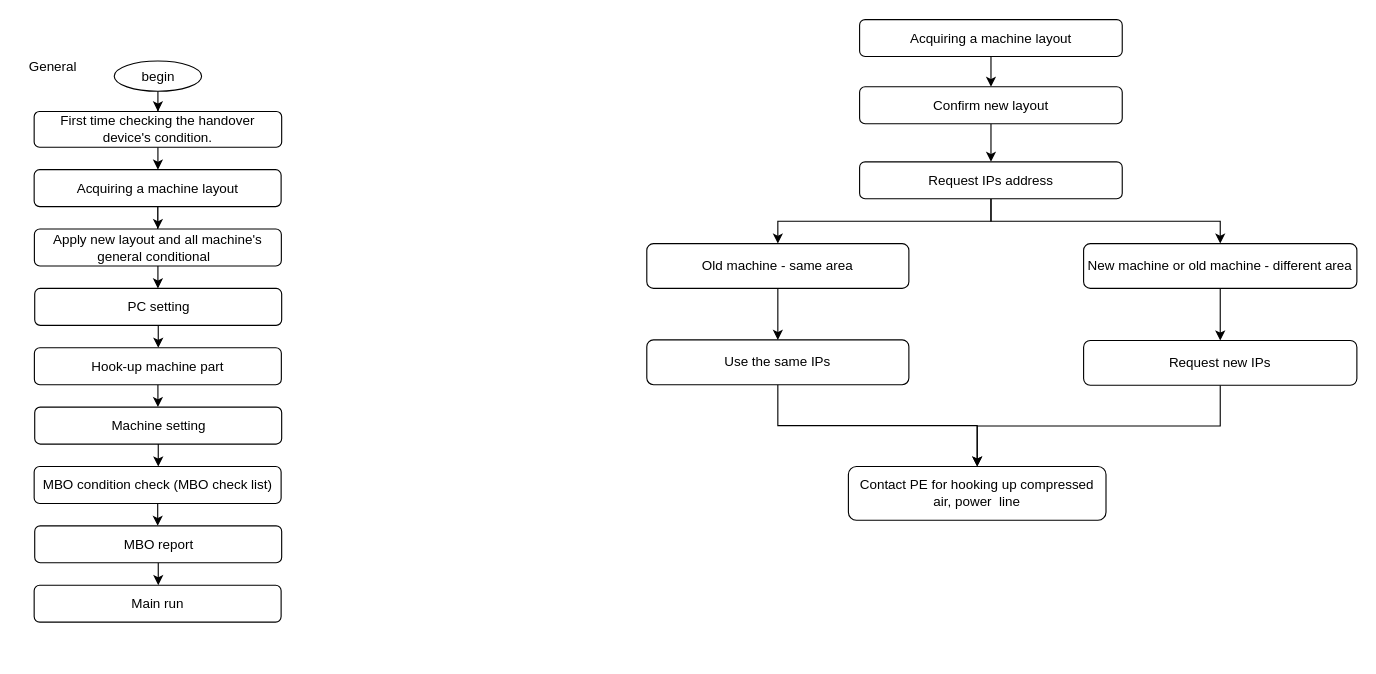
Before: Untitled Diagram.drawio in Wagdom/demo-git, a draw.io diagram. Source tidied: cells renumbered, new cells numbered last; positions are measured from the earlier drawing's top-left corner, leaving out a move shared by most shapes. Both pictures are drawn from the tidied source at 112%, with x=0, y=0 at pixel (19, 19).
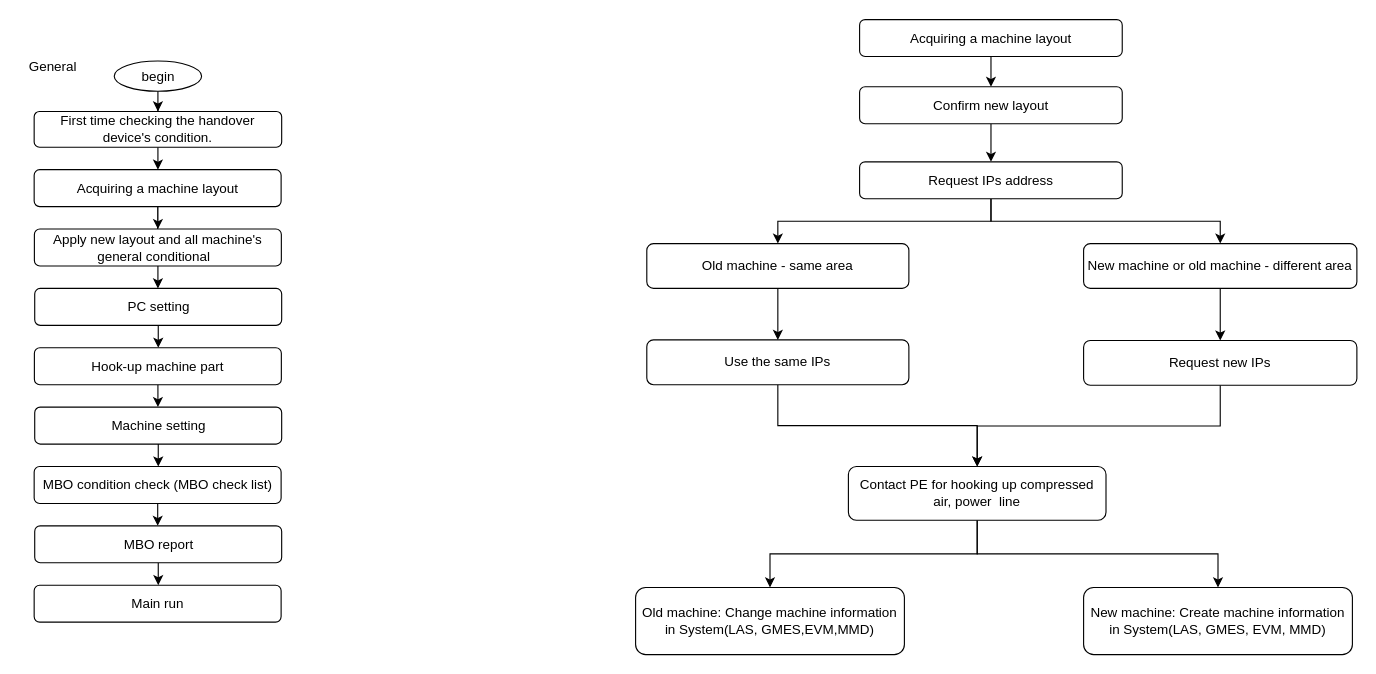
The same diagram, later.

The change refers to these unchanged cells:
```xml
<mxCell id="37" value="Contact PE for hooking up&amp;nbsp;compressed air, power&amp;nbsp; line" style="rounded=1;whiteSpace=wrap;html=1;" parent="1" vertex="1">
  <mxGeometry x="740" y="399" width="230" height="48" as="geometry" />
</mxCell>
```

Change to the diagram source:
```diff
@@
+    <mxCell id="38" style="edgeStyle=orthogonalEdgeStyle;rounded=0;jettySize=auto;html=1;entryX=0.5;entryY=0;entryDx=0;entryDy=0;" parent="1" edge="1" source="37" target="41">
+      <mxGeometry relative="1" as="geometry" />
+    </mxCell>
+    <mxCell id="39" style="edgeStyle=orthogonalEdgeStyle;rounded=0;jettySize=auto;html=1;" parent="1" edge="1" source="37" target="40">
+      <mxGeometry relative="1" as="geometry" />
+    </mxCell>
@@
+    <mxCell id="40" value="Old machine: Change machine information in System(LAS, GMES,EVM,MMD)" style="rounded=1;whiteSpace=wrap;html=1;" parent="1" vertex="1">
+      <mxGeometry x="550" y="507" width="240" height="60" as="geometry" />
+    </mxCell>
+    <mxCell id="41" value="New machine: Create machine information in System(LAS, GMES, EVM, MMD)" style="rounded=1;whiteSpace=wrap;html=1;" parent="1" vertex="1">
+      <mxGeometry x="950" y="507" width="240" height="60" as="geometry" />
+    </mxCell>
```
